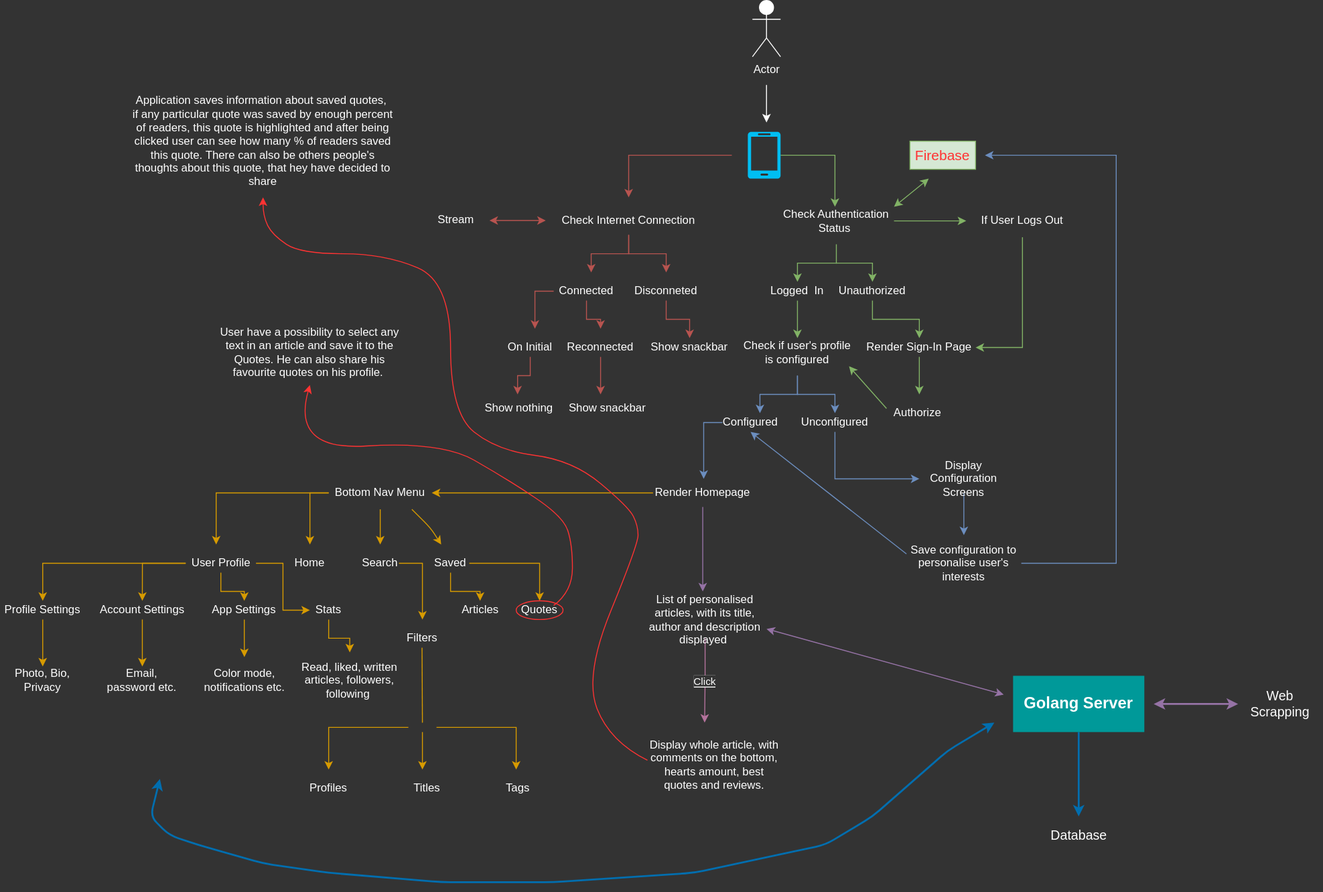
wzslr321/artiver keeps this draw.io diagram as artiver-visualization.svg. Above is the earlier version. Source tidied: cells renumbered, new cells last; positions are measured from the earlier drawing's top-left corner, leaving out a move shared by most shapes.
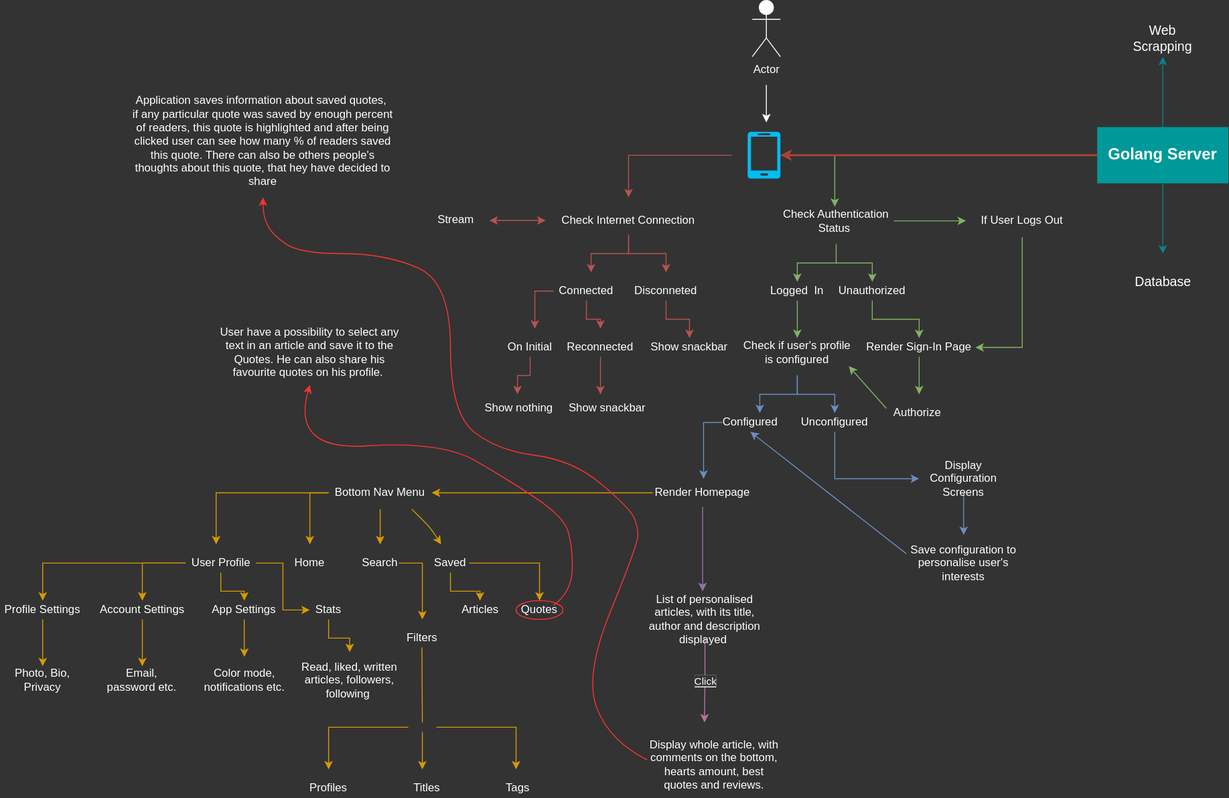
After the commit.

Commit message:
remove firebase from visualisation

Change to the diagram source:
```diff
@@ -134,15 +134,6 @@
     <mxCell id="33" value="&lt;font color=&quot;#ffffff&quot;&gt;If User Logs Out&lt;/font&gt;" style="text;html=1;strokeColor=none;fillColor=none;align=center;verticalAlign=middle;whiteSpace=wrap;rounded=0;" parent="1" vertex="1">
       <mxGeometry x="1040" y="217.5" width="100" height="35" as="geometry" />
     </mxCell>
-    <mxCell id="34" value="&lt;font color=&quot;#ff3333&quot; style=&quot;font-size: 15px&quot;&gt;Firebase&lt;/font&gt;" style="text;html=1;strokeColor=#82b366;fillColor=#d5e8d4;align=center;verticalAlign=middle;whiteSpace=wrap;rounded=0;" parent="1" vertex="1">
-      <mxGeometry x="970" y="150" width="70" height="30" as="geometry" />
-    </mxCell>
-    <mxCell id="35" style="endArrow=classic;startArrow=classic;html=1;fillColor=#d5e8d4;strokeColor=#82b366;" parent="1" edge="1">
-      <mxGeometry relative="1" as="geometry">
-        <mxPoint x="953" y="220" as="sourcePoint" />
-        <mxPoint x="990" y="190" as="targetPoint" />
-      </mxGeometry>
-    </mxCell>
     <mxCell id="36" style="edgeStyle=orthogonalEdgeStyle;rounded=0;jettySize=auto;html=1;entryX=0.75;entryY=0;entryDx=0;entryDy=0;fillColor=#dae8fc;strokeColor=#6c8ebf;" parent="1" edge="1" source="38" target="42">
       <mxGeometry relative="1" as="geometry" />
     </mxCell>
@@ -188,15 +179,6 @@
     <mxCell id="46" value="&lt;font color=&quot;#ffffff&quot;&gt;Display Configuration Screens&lt;/font&gt;" style="text;html=1;strokeColor=none;fillColor=none;align=center;verticalAlign=middle;whiteSpace=wrap;rounded=0;" parent="1" vertex="1">
       <mxGeometry x="990" y="495" width="75" height="30" as="geometry" />
     </mxCell>
-    <mxCell id="47" style="edgeStyle=orthogonalEdgeStyle;rounded=0;jettySize=auto;html=1;exitX=1;exitY=0.5;exitDx=0;exitDy=0;fillColor=#dae8fc;strokeColor=#6c8ebf;" parent="1" edge="1" source="48">
-      <mxGeometry relative="1" as="geometry">
-        <mxPoint x="1050" y="165" as="targetPoint" />
-        <Array as="points">
-          <mxPoint x="1190" y="600" />
-          <mxPoint x="1190" y="165" />
-        </Array>
-      </mxGeometry>
-    </mxCell>
     <mxCell id="48" value="&lt;font color=&quot;#ffffff&quot;&gt;Save configuration to personalise user's interests&lt;/font&gt;" style="text;html=1;strokeColor=none;fillColor=none;align=center;verticalAlign=middle;whiteSpace=wrap;rounded=0;" parent="1" vertex="1">
       <mxGeometry x="966.2" y="580" width="122.5" height="40" as="geometry" />
     </mxCell>
@@ -424,50 +406,25 @@
     <mxCell id="103" value="&lt;font color=&quot;#ffffff&quot;&gt;Application saves information about saved quotes,&amp;nbsp;&lt;br&gt;if any particular quote was saved by enough percent of readers, this quote is highlighted and after being clicked user can see how many % of readers saved this quote. There can also be others people's thoughts about this quote, that hey have decided to share&lt;/font&gt;" style="text;html=1;strokeColor=none;fillColor=none;align=center;verticalAlign=middle;whiteSpace=wrap;rounded=0;labelBackgroundColor=none;" parent="1" vertex="1">
       <mxGeometry x="135" y="100" width="290" height="100" as="geometry" />
     </mxCell>
-    <mxCell id="104" style="endArrow=classic;startArrow=classic;html=1;strokeColor=#9673a6;fillColor=#e1d5e7;" parent="1" edge="1">
-      <mxGeometry relative="1" as="geometry">
-        <mxPoint x="817" y="670" as="sourcePoint" />
-        <mxPoint x="1070" y="740" as="targetPoint" />
-      </mxGeometry>
-    </mxCell>
-    <mxCell id="105" style="edgeStyle=orthogonalEdgeStyle;rounded=0;jumpSize=6;jettySize=auto;html=1;strokeColor=#006EAF;strokeWidth=2;fillColor=#1ba1e2;" parent="1" edge="1" source="106">
-      <mxGeometry relative="1" as="geometry">
-        <mxPoint x="1150" y="870" as="targetPoint" />
-      </mxGeometry>
-    </mxCell>
+    <mxCell id="111" style="edgeStyle=orthogonalEdgeStyle;rounded=0;jettySize=auto;html=1;fillColor=#b0e3e6;strokeColor=#0e8088;" parent="1" edge="1" source="106">
+      <mxGeometry relative="1" as="geometry">
+        <mxPoint x="1240" y="270" as="targetPoint" />
+      </mxGeometry>
+    </mxCell>
+    <mxCell id="112" style="edgeStyle=orthogonalEdgeStyle;rounded=0;jettySize=auto;html=1;entryX=0.5;entryY=1;entryDx=0;entryDy=0;fillColor=#b0e3e6;strokeColor=#0e8088;" parent="1" edge="1" source="106" target="108">
+      <mxGeometry relative="1" as="geometry" />
+    </mxCell>
+    <mxCell id="113" style="edgeStyle=orthogonalEdgeStyle;rounded=0;jettySize=auto;html=1;entryX=1;entryY=0.5;entryDx=0;entryDy=0;entryPerimeter=0;fillColor=#fad9d5;strokeColor=#ae4132;strokeWidth=2;" parent="1" edge="1" source="106" target="6">
+      <mxGeometry relative="1" as="geometry" />
+    </mxCell>
     <mxCell id="106" value="&lt;font color=&quot;#ffffff&quot; style=&quot;font-size: 17px&quot;&gt;&lt;b style=&quot;background-color: rgb(0 , 153 , 153)&quot;&gt;Golang Server&lt;/b&gt;&lt;/font&gt;" style="text;html=1;strokeColor=none;align=center;verticalAlign=middle;whiteSpace=wrap;rounded=0;labelBackgroundColor=none;fillColor=#009999;" parent="1" vertex="1">
-      <mxGeometry x="1080" y="720" width="140" height="60" as="geometry" />
+      <mxGeometry x="1170" y="135" width="140" height="60" as="geometry" />
     </mxCell>
-    <mxCell id="107" style="endArrow=classic;startArrow=classic;html=1;strokeColor=#006EAF;jumpSize=6;strokeWidth=2;fillColor=#1ba1e2;" parent="1" edge="1">
-      <mxGeometry relative="1" as="geometry">
-        <mxPoint x="1060" y="770" as="sourcePoint" />
-        <mxPoint x="170" y="830" as="targetPoint" />
-        <Array as="points">
-          <mxPoint x="1010" y="800" />
-          <mxPoint x="930" y="870" />
-          <mxPoint x="880" y="900" />
-          <mxPoint x="740" y="930" />
-          <mxPoint x="590" y="940" />
-          <mxPoint x="470" y="940" />
-          <mxPoint x="350" y="930" />
-          <mxPoint x="280" y="920" />
-          <mxPoint x="210" y="900" />
-          <mxPoint x="180" y="890" />
-          <mxPoint x="160" y="870" />
-        </Array>
-      </mxGeometry>
-    </mxCell>
     <mxCell id="108" value="&lt;font color=&quot;#ffffff&quot; style=&quot;font-size: 14px&quot;&gt;Web Scrapping&lt;/font&gt;" style="text;html=1;strokeColor=none;fillColor=none;align=center;verticalAlign=middle;whiteSpace=wrap;rounded=0;labelBackgroundColor=none;" parent="1" vertex="1">
-      <mxGeometry x="1320" y="730" width="90" height="40" as="geometry" />
+      <mxGeometry x="1195" y="20" width="90" height="40" as="geometry" />
     </mxCell>
-    <mxCell id="109" style="endArrow=classic;startArrow=classic;html=1;strokeWidth=2;strokeColor=#9673A6;" parent="1" edge="1">
-      <mxGeometry relative="1" as="geometry">
-        <mxPoint x="1230" y="750" as="sourcePoint" />
-        <mxPoint x="1320" y="750" as="targetPoint" />
-      </mxGeometry>
-    </mxCell>
     <mxCell id="110" value="&lt;font color=&quot;#ffffff&quot; style=&quot;font-size: 14px&quot;&gt;Database&lt;/font&gt;" style="text;html=1;strokeColor=none;fillColor=none;align=center;verticalAlign=middle;whiteSpace=wrap;rounded=0;labelBackgroundColor=none;" parent="1" vertex="1">
-      <mxGeometry x="1098.8" y="870" width="102.5" height="40" as="geometry" />
+      <mxGeometry x="1188.8" y="280" width="102.5" height="40" as="geometry" />
     </mxCell>
   </root>
 </mxGraphModel>
```
